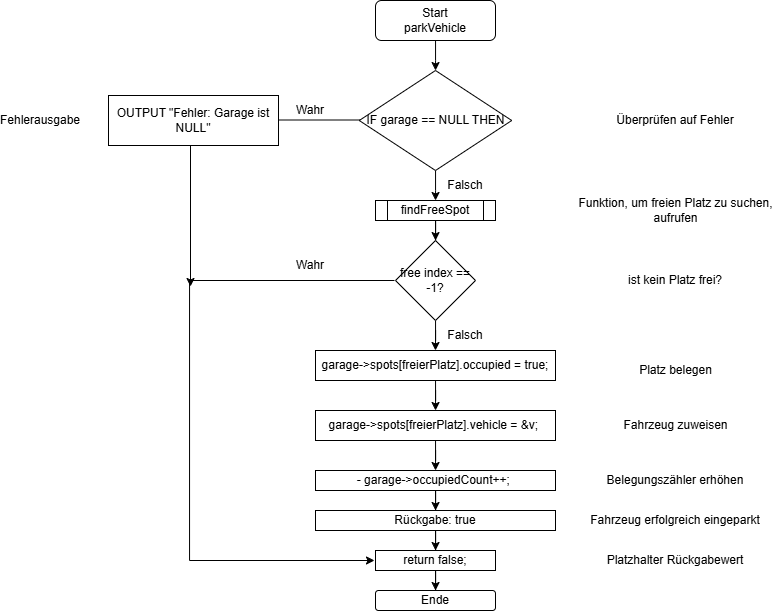
Above: docs/flowcharts/parkingVehicle_flowchart.drawio.png in yasinbakacs/Projekt_Programmieren1 (draw.io), before the change. Source tidied: cells renumbered, new cells last; positions are measured from the earlier drawing's top-left corner, leaving out a move shared by most shapes.
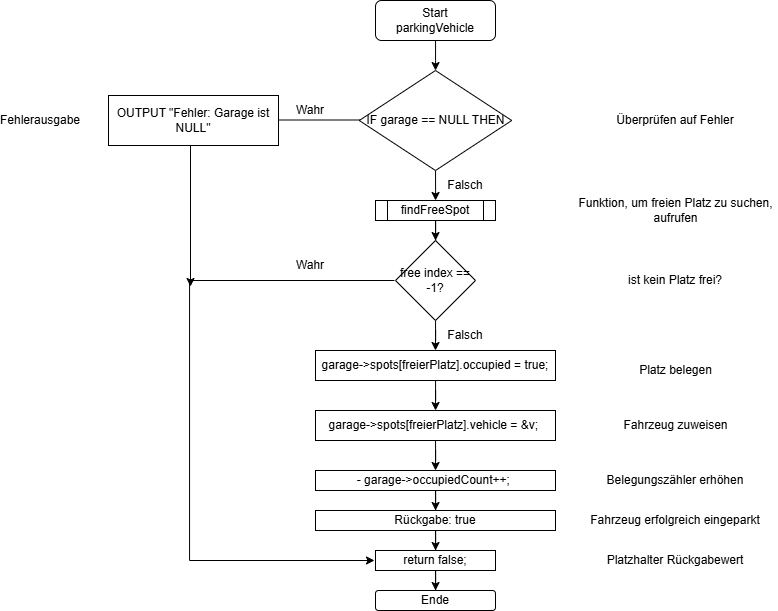
Above is the later version.

Commit message:
Ausbessern der Fehler in den Flowcharts

What changed in the source:
```diff
@@ -5,7 +5,7 @@
     <mxCell id="2" style="edgeStyle=orthogonalEdgeStyle;rounded=0;jettySize=auto;html=1;" parent="1" edge="1" source="3" target="6">
       <mxGeometry relative="1" as="geometry" />
     </mxCell>
-    <mxCell id="3" value="Start&lt;br&gt;parkVehicle" style="rounded=1;whiteSpace=wrap;html=1;" parent="1" vertex="1">
+    <mxCell id="3" value="Start&lt;br&gt;parkingVehicle" style="rounded=1;whiteSpace=wrap;html=1;" parent="1" vertex="1">
       <mxGeometry x="365" width="120" height="40" as="geometry" />
     </mxCell>
     <mxCell id="4" style="edgeStyle=orthogonalEdgeStyle;rounded=0;orthogonalLoop=1;jettySize=auto;html=1;" parent="1" edge="1">
```
